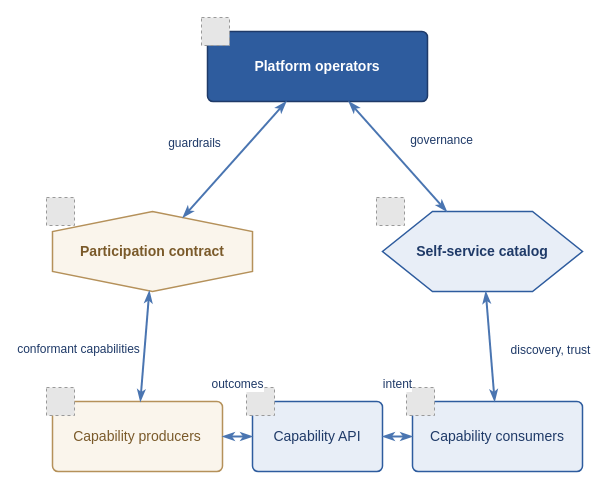
Earlier version of the draw.io diagram diagrams/ecosystem-value-exchange.drawio (missBerg/platform-capabilities). Source tidied: cells renumbered, new cells numbered last; positions are measured from the earlier drawing's top-left corner, leaving out a move shared by most shapes. Both pictures are drawn from the tidied source at 100%, with x=0, y=0 at pixel (46, 17). Pictures stored in the file or linked from it are replaced by grey dashed boxes.
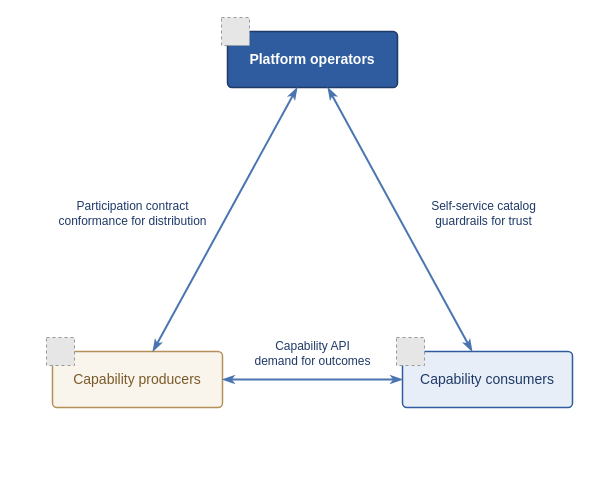
The same diagram, later.

Commit message (it also covers changes not shown here):
feat(diagrams): exchange-of-value figure as a pure triangle

The edit, as a diff of the source:
```diff
@@
     <mxCell id="2" value="&lt;b&gt;Platform operators&lt;/b&gt;" style="rounded=1;whiteSpace=wrap;html=1;arcSize=8;fillColor=#2E5C9E;strokeColor=#1F3A68;strokeWidth=1.5;fontColor=#FFFFFF;fontFamily=Helvetica;fontSize=14;align=center;verticalAlign=middle;shadow=0;" parent="1" vertex="1">
-      <mxGeometry x="161" y="14" width="220" height="70" as="geometry" />
+      <mxGeometry x="181" y="14" width="170" height="56" as="geometry" />
     </mxCell>
     <mxCell id="3" style="fillColor=#E6E6E6;strokeColor=#999999;dashed=1;verticalLabelPosition=bottom;verticalAlign=top;align=center;fontFamily=Helvetica;fontSize=14;fontColor=#1F3A68;" parent="1" vertex="1">
-      <mxGeometry x="155" width="28" height="28" as="geometry" />
+      <mxGeometry x="175" width="28" height="28" as="geometry" />
     </mxCell>
-    <mxCell id="4" value="&lt;b&gt;Participation contract&lt;/b&gt;" style="shape=hexagon;perimeter=hexagonPerimeter2;direction=north;whiteSpace=wrap;html=1;fillColor=#FAF5EC;strokeColor=#B5915A;strokeWidth=1.5;fontColor=#7A5A2A;fontFamily=Helvetica;fontSize=14;align=center;verticalAlign=middle;shadow=0;" parent="1" vertex="1">
-      <mxGeometry x="6" y="194" width="200" height="80" as="geometry" />
-    </mxCell>
-    <mxCell id="5" style="fillColor=#E6E6E6;strokeColor=#999999;dashed=1;verticalLabelPosition=bottom;verticalAlign=top;align=center;fontFamily=Helvetica;fontSize=14;fontColor=#1F3A68;" parent="1" vertex="1">
-      <mxGeometry y="180" width="28" height="28" as="geometry" />
-    </mxCell>
-    <mxCell id="6" value="&lt;b&gt;Self-service catalog&lt;/b&gt;" style="shape=hexagon;perimeter=hexagonPerimeter2;whiteSpace=wrap;html=1;fillColor=#E8EEF7;strokeColor=#2E5C9E;strokeWidth=1.5;fontColor=#1F3A68;fontFamily=Helvetica;fontSize=14;align=center;verticalAlign=middle;shadow=0;" parent="1" vertex="1">
-      <mxGeometry x="336" y="194" width="200" height="80" as="geometry" />
-    </mxCell>
-    <mxCell id="7" style="fillColor=#E6E6E6;strokeColor=#999999;dashed=1;verticalLabelPosition=bottom;verticalAlign=top;align=center;fontFamily=Helvetica;fontSize=14;fontColor=#1F3A68;" parent="1" vertex="1">
-      <mxGeometry x="330" y="180" width="28" height="28" as="geometry" />
-    </mxCell>
     <mxCell id="8" value="Capability producers" style="rounded=1;whiteSpace=wrap;html=1;arcSize=8;fillColor=#FAF5EC;strokeColor=#B5915A;strokeWidth=1.5;fontColor=#7A5A2A;fontFamily=Helvetica;fontSize=14;align=center;verticalAlign=middle;shadow=0;" parent="1" vertex="1">
-      <mxGeometry x="6" y="384" width="170" height="70" as="geometry" />
+      <mxGeometry x="6" y="334" width="170" height="56" as="geometry" />
     </mxCell>
     <mxCell id="9" style="fillColor=#E6E6E6;strokeColor=#999999;dashed=1;verticalLabelPosition=bottom;verticalAlign=top;align=center;fontFamily=Helvetica;fontSize=14;fontColor=#1F3A68;" parent="1" vertex="1">
-      <mxGeometry y="370" width="28" height="28" as="geometry" />
+      <mxGeometry y="320" width="28" height="28" as="geometry" />
     </mxCell>
-    <mxCell id="10" value="Capability API" style="rounded=1;whiteSpace=wrap;html=1;arcSize=8;fillColor=#E8EEF7;strokeColor=#2E5C9E;strokeWidth=1.5;fontColor=#1F3A68;fontFamily=Helvetica;fontSize=14;align=center;verticalAlign=middle;shadow=0;" parent="1" vertex="1">
-      <mxGeometry x="206" y="384" width="130" height="70" as="geometry" />
-    </mxCell>
-    <mxCell id="11" style="fillColor=#E6E6E6;strokeColor=#999999;dashed=1;verticalLabelPosition=bottom;verticalAlign=top;align=center;fontFamily=Helvetica;fontSize=14;fontColor=#1F3A68;" parent="1" vertex="1">
-      <mxGeometry x="200" y="370" width="28" height="28" as="geometry" />
-    </mxCell>
     <mxCell id="12" value="Capability consumers" style="rounded=1;whiteSpace=wrap;html=1;arcSize=8;fillColor=#E8EEF7;strokeColor=#2E5C9E;strokeWidth=1.5;fontColor=#1F3A68;fontFamily=Helvetica;fontSize=14;align=center;verticalAlign=middle;shadow=0;" parent="1" vertex="1">
-      <mxGeometry x="366" y="384" width="170" height="70" as="geometry" />
+      <mxGeometry x="356" y="334" width="170" height="56" as="geometry" />
     </mxCell>
     <mxCell id="13" style="fillColor=#E6E6E6;strokeColor=#999999;dashed=1;verticalLabelPosition=bottom;verticalAlign=top;align=center;fontFamily=Helvetica;fontSize=14;fontColor=#1F3A68;" parent="1" vertex="1">
-      <mxGeometry x="360" y="370" width="28" height="28" as="geometry" />
+      <mxGeometry x="350" y="320" width="28" height="28" as="geometry" />
     </mxCell>
-    <mxCell id="14" value="guardrails" style="endArrow=classicThin;startArrow=classicThin;html=1;rounded=0;strokeColor=#4A75B1;strokeWidth=2;fontColor=#1F3A68;fontFamily=Helvetica;fontSize=12;curved=1;" parent="1" edge="1" source="2" target="4">
+    <mxCell id="14" value="Participation contract&lt;br&gt;conformance for distribution" style="endArrow=classicThin;startArrow=classicThin;html=1;rounded=0;strokeColor=#4A75B1;strokeWidth=2;fontColor=#1F3A68;fontFamily=Helvetica;fontSize=12;curved=1;" parent="1" edge="1" source="8" target="2">
       <mxGeometry relative="1" as="geometry">
-        <mxPoint x="-40" y="-16" as="offset" />
+        <mxPoint x="-92" y="-6" as="offset" />
       </mxGeometry>
     </mxCell>
-    <mxCell id="15" value="governance" style="endArrow=classicThin;startArrow=classicThin;html=1;rounded=0;strokeColor=#4A75B1;strokeWidth=2;fontColor=#1F3A68;fontFamily=Helvetica;fontSize=12;curved=1;" parent="1" edge="1" source="2" target="6">
+    <mxCell id="15" value="Self-service catalog&lt;br&gt;guardrails for trust" style="endArrow=classicThin;startArrow=classicThin;html=1;rounded=0;strokeColor=#4A75B1;strokeWidth=2;fontColor=#1F3A68;fontFamily=Helvetica;fontSize=12;curved=1;" parent="1" edge="1" source="2" target="12">
       <mxGeometry relative="1" as="geometry">
-        <mxPoint x="44" y="-16" as="offset" />
+        <mxPoint x="84" y="-6" as="offset" />
       </mxGeometry>
     </mxCell>
-    <mxCell id="16" value="conformant capabilities" style="endArrow=classicThin;startArrow=classicThin;html=1;rounded=0;strokeColor=#4A75B1;strokeWidth=2;fontColor=#1F3A68;fontFamily=Helvetica;fontSize=12;curved=1;" parent="1" edge="1" source="8" target="4">
+    <mxCell id="16" value="Capability API&lt;br&gt;demand for outcomes" style="endArrow=classicThin;startArrow=classicThin;html=1;rounded=0;strokeColor=#4A75B1;strokeWidth=2;fontColor=#1F3A68;fontFamily=Helvetica;fontSize=12;curved=1;" parent="1" edge="1" source="12" target="8">
       <mxGeometry relative="1" as="geometry">
-        <mxPoint x="-66" y="4" as="offset" />
+        <mxPoint y="-26" as="offset" />
       </mxGeometry>
     </mxCell>
-    <mxCell id="17" value="discovery, trust" style="endArrow=classicThin;startArrow=classicThin;html=1;rounded=0;strokeColor=#4A75B1;strokeWidth=2;fontColor=#1F3A68;fontFamily=Helvetica;fontSize=12;curved=1;" parent="1" edge="1" source="12" target="6">
-      <mxGeometry relative="1" as="geometry">
-        <mxPoint x="60" y="4" as="offset" />
-      </mxGeometry>
-    </mxCell>
-    <mxCell id="18" value="outcomes" style="edgeStyle=orthogonalEdgeStyle;endArrow=classicThin;startArrow=classicThin;html=1;rounded=0;strokeColor=#4A75B1;strokeWidth=2;fontColor=#1F3A68;fontFamily=Helvetica;fontSize=12;curved=1;" parent="1" edge="1" source="8" target="10">
-      <mxGeometry relative="1" as="geometry">
-        <mxPoint y="-52" as="offset" />
-      </mxGeometry>
-    </mxCell>
-    <mxCell id="19" value="intent" style="edgeStyle=orthogonalEdgeStyle;endArrow=classicThin;startArrow=classicThin;html=1;rounded=0;strokeColor=#4A75B1;strokeWidth=2;fontColor=#1F3A68;fontFamily=Helvetica;fontSize=12;curved=1;" parent="1" edge="1" source="12" target="10">
-      <mxGeometry relative="1" as="geometry">
-        <mxPoint y="-52" as="offset" />
-      </mxGeometry>
-    </mxCell>
```
